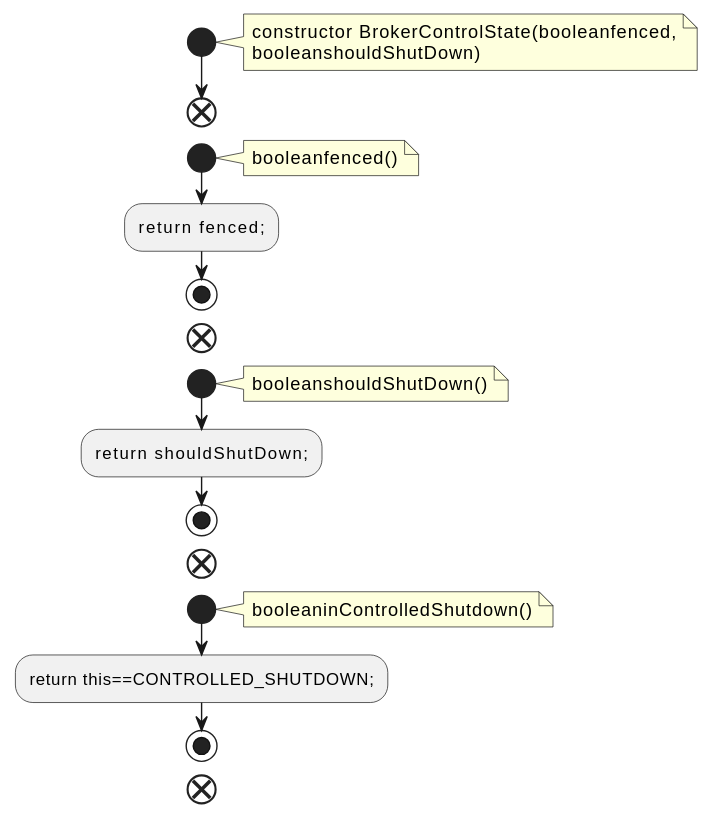
This is docs/qc/metadata/src/main/java/org/apache/kafka/controller/BrokerControlState.java.fct.svg from qualitesys/kafka, a PlantUML export, as it was before one commit.
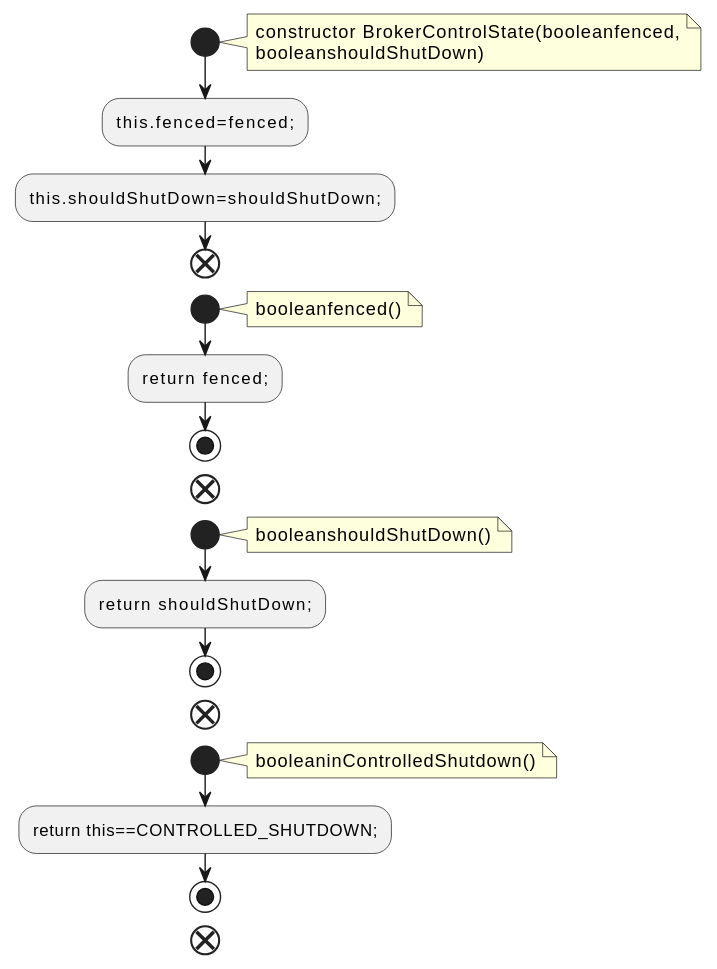
Later version of the same file.

Diff of the diagram source:
```diff
@@ -5,6 +5,8 @@
 constructor BrokerControlState(booleanfenced,
 booleanshouldShutDown)
 end note
+:this.fenced=fenced;;
+:this.shouldShutDown=shouldShutDown;;
 end
 start
 note right
```
